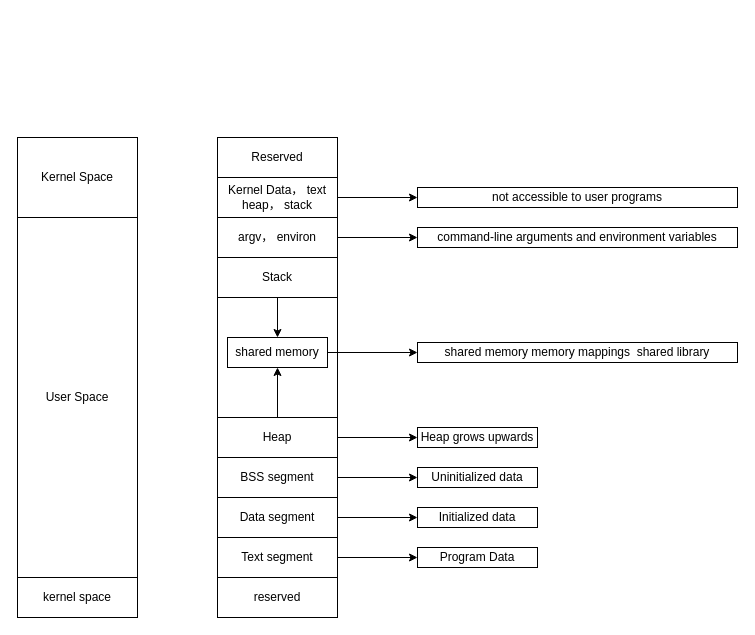
Earlier version of the draw.io diagram rust/mm-process.drawio (sivanbil/architecthure-diagram). Source tidied: cells renumbered, new cells numbered last; positions are measured from the earlier drawing's top-left corner, leaving out a move shared by most shapes. Both pictures are drawn from the tidied source at 100%, with x=0, y=0 at pixel (17, 137).
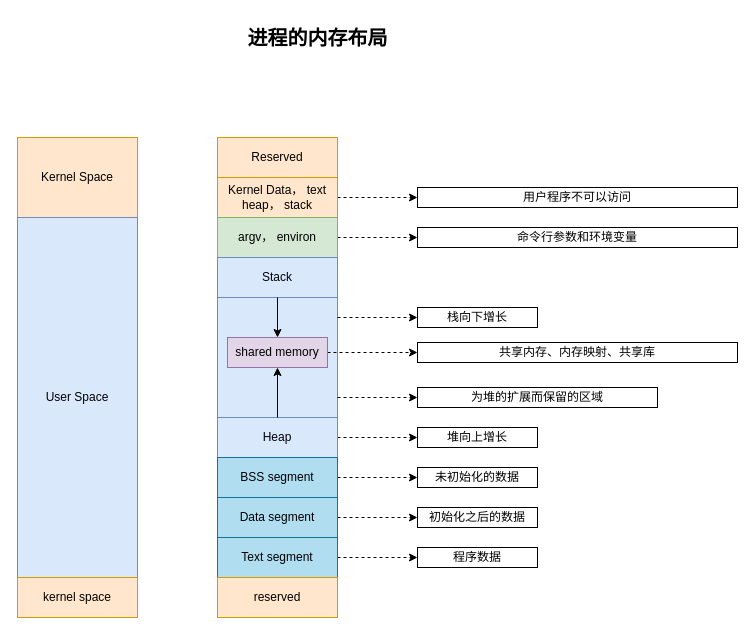
The same page after the edit.

Diff of the diagram source:
```diff
@@
-    <mxCell id="2" value="Kernel Space" style="rounded=0;whiteSpace=wrap;html=1;" parent="1" vertex="1">
+    <mxCell id="2" value="Kernel Space" style="rounded=0;whiteSpace=wrap;html=1;fillColor=#ffe6cc;strokeColor=#d79b00;" parent="1" vertex="1">
       <mxGeometry width="120" height="80" as="geometry" />
     </mxCell>
-    <mxCell id="3" value="User Space" style="rounded=0;whiteSpace=wrap;html=1;" parent="1" vertex="1">
+    <mxCell id="3" value="User Space" style="rounded=0;whiteSpace=wrap;html=1;fillColor=#dae8fc;strokeColor=#6c8ebf;" parent="1" vertex="1">
       <mxGeometry y="80" width="120" height="360" as="geometry" />
     </mxCell>
-    <mxCell id="4" value="kernel space" style="rounded=0;whiteSpace=wrap;html=1;" parent="1" vertex="1">
+    <mxCell id="4" value="kernel space" style="rounded=0;whiteSpace=wrap;html=1;fillColor=#ffe6cc;strokeColor=#d79b00;" parent="1" vertex="1">
       <mxGeometry y="440" width="120" height="40" as="geometry" />
     </mxCell>
-    <mxCell id="5" value="Reserved" style="rounded=0;whiteSpace=wrap;html=1;" parent="1" vertex="1">
+    <mxCell id="5" value="Reserved" style="rounded=0;whiteSpace=wrap;html=1;fillColor=#ffe6cc;strokeColor=#d79b00;" parent="1" vertex="1">
       <mxGeometry x="200" width="120" height="40" as="geometry" />
     </mxCell>
-    <mxCell id="6" style="edgeStyle=orthogonalEdgeStyle;rounded=0;jettySize=auto;html=1;exitX=1;exitY=0.5;exitDx=0;exitDy=0;entryX=0;entryY=0.5;entryDx=0;entryDy=0;" parent="1" edge="1" source="7" target="30">
+    <mxCell id="6" style="edgeStyle=orthogonalEdgeStyle;rounded=0;jettySize=auto;html=1;exitX=1;exitY=0.5;exitDx=0;exitDy=0;entryX=0;entryY=0.5;entryDx=0;entryDy=0;dashed=1;" parent="1" edge="1" source="7" target="30">
       <mxGeometry relative="1" as="geometry" />
     </mxCell>
-    <mxCell id="7" value="Kernel Data， text heap， stack" style="rounded=0;whiteSpace=wrap;html=1;" parent="1" vertex="1">
+    <mxCell id="7" value="Kernel Data， text heap， stack" style="rounded=0;whiteSpace=wrap;html=1;fillColor=#ffe6cc;strokeColor=#d79b00;" parent="1" vertex="1">
       <mxGeometry x="200" y="40" width="120" height="40" as="geometry" />
     </mxCell>
-    <mxCell id="8" style="edgeStyle=orthogonalEdgeStyle;rounded=0;jettySize=auto;html=1;exitX=1;exitY=0.5;exitDx=0;exitDy=0;entryX=0;entryY=0.5;entryDx=0;entryDy=0;" parent="1" edge="1" source="9" target="31">
+    <mxCell id="8" style="edgeStyle=orthogonalEdgeStyle;rounded=0;jettySize=auto;html=1;exitX=1;exitY=0.5;exitDx=0;exitDy=0;entryX=0;entryY=0.5;entryDx=0;entryDy=0;dashed=1;" parent="1" edge="1" source="9" target="31">
       <mxGeometry relative="1" as="geometry" />
     </mxCell>
-    <mxCell id="9" value="argv， environ" style="rounded=0;whiteSpace=wrap;html=1;" parent="1" vertex="1">
+    <mxCell id="9" value="argv， environ" style="rounded=0;whiteSpace=wrap;html=1;fillColor=#d5e8d4;strokeColor=#82b366;" parent="1" vertex="1">
       <mxGeometry x="200" y="80" width="120" height="40" as="geometry" />
     </mxCell>
-    <mxCell id="10" value="Stack" style="rounded=0;whiteSpace=wrap;html=1;" parent="1" vertex="1">
+    <mxCell id="10" value="Stack" style="rounded=0;whiteSpace=wrap;html=1;fillColor=#dae8fc;strokeColor=#6c8ebf;" parent="1" vertex="1">
       <mxGeometry x="200" y="120" width="120" height="40" as="geometry" />
     </mxCell>
-    <mxCell id="11" style="rounded=0;whiteSpace=wrap;html=1;" parent="1" vertex="1">
+    <mxCell id="11" style="rounded=0;whiteSpace=wrap;html=1;fillColor=#dae8fc;strokeColor=#6c8ebf;" parent="1" vertex="1">
       <mxGeometry x="200" y="160" width="120" height="120" as="geometry" />
     </mxCell>
-    <mxCell id="12" style="edgeStyle=orthogonalEdgeStyle;rounded=0;jettySize=auto;html=1;exitX=1;exitY=0.5;exitDx=0;exitDy=0;entryX=0;entryY=0.5;entryDx=0;entryDy=0;" parent="1" edge="1" source="13" target="29">
+    <mxCell id="12" style="edgeStyle=orthogonalEdgeStyle;rounded=0;jettySize=auto;html=1;exitX=1;exitY=0.5;exitDx=0;exitDy=0;entryX=0;entryY=0.5;entryDx=0;entryDy=0;dashed=1;" parent="1" edge="1" source="13" target="29">
       <mxGeometry relative="1" as="geometry" />
     </mxCell>
-    <mxCell id="13" value="shared memory" style="rounded=0;whiteSpace=wrap;html=1;" parent="1" vertex="1">
+    <mxCell id="13" value="shared memory" style="rounded=0;whiteSpace=wrap;html=1;fillColor=#e1d5e7;strokeColor=#9673a6;" parent="1" vertex="1">
       <mxGeometry x="210" y="200" width="100" height="30" as="geometry" />
     </mxCell>
-    <mxCell id="14" style="edgeStyle=orthogonalEdgeStyle;rounded=0;jettySize=auto;html=1;exitX=1;exitY=0.5;exitDx=0;exitDy=0;entryX=0;entryY=0.5;entryDx=0;entryDy=0;" parent="1" edge="1" source="15" target="26">
+    <mxCell id="14" style="edgeStyle=orthogonalEdgeStyle;rounded=0;jettySize=auto;html=1;exitX=1;exitY=0.5;exitDx=0;exitDy=0;entryX=0;entryY=0.5;entryDx=0;entryDy=0;dashed=1;" parent="1" edge="1" source="15" target="26">
       <mxGeometry relative="1" as="geometry" />
     </mxCell>
-    <mxCell id="15" value="Heap" style="rounded=0;whiteSpace=wrap;html=1;" parent="1" vertex="1">
+    <mxCell id="15" value="Heap" style="rounded=0;whiteSpace=wrap;html=1;fillColor=#dae8fc;strokeColor=#6c8ebf;" parent="1" vertex="1">
       <mxGeometry x="200" y="280" width="120" height="40" as="geometry" />
     </mxCell>
-    <mxCell id="16" style="edgeStyle=orthogonalEdgeStyle;rounded=0;jettySize=auto;html=1;exitX=1;exitY=0.5;exitDx=0;exitDy=0;" parent="1" edge="1" source="17" target="25">
+    <mxCell id="16" style="edgeStyle=orthogonalEdgeStyle;rounded=0;jettySize=auto;html=1;exitX=1;exitY=0.5;exitDx=0;exitDy=0;dashed=1;" parent="1" edge="1" source="17" target="25">
       <mxGeometry relative="1" as="geometry" />
     </mxCell>
-    <mxCell id="17" value="BSS segment" style="rounded=0;whiteSpace=wrap;html=1;" parent="1" vertex="1">
+    <mxCell id="17" value="BSS segment" style="rounded=0;whiteSpace=wrap;html=1;fillColor=#b1ddf0;strokeColor=#10739e;" parent="1" vertex="1">
       <mxGeometry x="200" y="320" width="120" height="40" as="geometry" />
     </mxCell>
-    <mxCell id="18" style="edgeStyle=orthogonalEdgeStyle;rounded=0;jettySize=auto;html=1;entryX=0;entryY=0.5;entryDx=0;entryDy=0;" parent="1" edge="1" source="19" target="24">
+    <mxCell id="18" style="edgeStyle=orthogonalEdgeStyle;rounded=0;jettySize=auto;html=1;entryX=0;entryY=0.5;entryDx=0;entryDy=0;dashed=1;" parent="1" edge="1" source="19" target="24">
       <mxGeometry relative="1" as="geometry" />
     </mxCell>
-    <mxCell id="19" value="Data segment" style="rounded=0;whiteSpace=wrap;html=1;" parent="1" vertex="1">
+    <mxCell id="19" value="Data segment" style="rounded=0;whiteSpace=wrap;html=1;fillColor=#b1ddf0;strokeColor=#10739e;" parent="1" vertex="1">
       <mxGeometry x="200" y="360" width="120" height="40" as="geometry" />
     </mxCell>
-    <mxCell id="20" style="edgeStyle=orthogonalEdgeStyle;rounded=0;jettySize=auto;html=1;" parent="1" edge="1" source="21" target="23">
+    <mxCell id="20" style="edgeStyle=orthogonalEdgeStyle;rounded=0;jettySize=auto;html=1;dashed=1;" parent="1" edge="1" source="21" target="23">
       <mxGeometry relative="1" as="geometry" />
     </mxCell>
-    <mxCell id="21" value="Text segment" style="rounded=0;whiteSpace=wrap;html=1;" parent="1" vertex="1">
+    <mxCell id="21" value="Text segment" style="rounded=0;whiteSpace=wrap;html=1;fillColor=#b1ddf0;strokeColor=#10739e;" parent="1" vertex="1">
       <mxGeometry x="200" y="400" width="120" height="40" as="geometry" />
     </mxCell>
-    <mxCell id="22" value="reserved" style="rounded=0;whiteSpace=wrap;html=1;" parent="1" vertex="1">
+    <mxCell id="22" value="reserved" style="rounded=0;whiteSpace=wrap;html=1;fillColor=#ffe6cc;strokeColor=#d79b00;" parent="1" vertex="1">
       <mxGeometry x="200" y="440" width="120" height="40" as="geometry" />
     </mxCell>
-    <mxCell id="23" value="Program Data" style="rounded=0;whiteSpace=wrap;html=1;" parent="1" vertex="1">
+    <mxCell id="23" value="程序数据" style="rounded=0;whiteSpace=wrap;html=1;" parent="1" vertex="1">
       <mxGeometry x="400" y="410" width="120" height="20" as="geometry" />
     </mxCell>
-    <mxCell id="24" value="Initialized data" style="rounded=0;whiteSpace=wrap;html=1;" parent="1" vertex="1">
+    <mxCell id="24" value="初始化之后的数据" style="rounded=0;whiteSpace=wrap;html=1;" parent="1" vertex="1">
       <mxGeometry x="400" y="370" width="120" height="20" as="geometry" />
     </mxCell>
-    <mxCell id="25" value="Uninitialized data" style="rounded=0;whiteSpace=wrap;html=1;" parent="1" vertex="1">
+    <mxCell id="25" value="未初始化的数据" style="rounded=0;whiteSpace=wrap;html=1;" parent="1" vertex="1">
       <mxGeometry x="400" y="330" width="120" height="20" as="geometry" />
     </mxCell>
-    <mxCell id="26" value="Heap grows upwards" style="rounded=0;whiteSpace=wrap;html=1;" parent="1" vertex="1">
+    <mxCell id="26" value="堆向上增长" style="rounded=0;whiteSpace=wrap;html=1;" parent="1" vertex="1">
       <mxGeometry x="400" y="290" width="120" height="20" as="geometry" />
     </mxCell>
@@
-    <mxCell id="29" value="shared memory memory mappings&amp;nbsp; shared library" style="rounded=0;whiteSpace=wrap;html=1;" parent="1" vertex="1">
+    <mxCell id="29" value="共享内存、内存映射、共享库" style="rounded=0;whiteSpace=wrap;html=1;" parent="1" vertex="1">
       <mxGeometry x="400" y="205" width="320" height="20" as="geometry" />
     </mxCell>
-    <mxCell id="30" value="not accessible to user programs" style="rounded=0;whiteSpace=wrap;html=1;" parent="1" vertex="1">
+    <mxCell id="30" value="用户程序不可以访问" style="rounded=0;whiteSpace=wrap;html=1;" parent="1" vertex="1">
       <mxGeometry x="400" y="50" width="320" height="20" as="geometry" />
     </mxCell>
-    <mxCell id="31" value="command-line arguments and environment variables" style="rounded=0;whiteSpace=wrap;html=1;" parent="1" vertex="1">
+    <mxCell id="31" value="命令行参数和环境变量" style="rounded=0;whiteSpace=wrap;html=1;" parent="1" vertex="1">
       <mxGeometry x="400" y="90" width="320" height="20" as="geometry" />
     </mxCell>
+    <mxCell id="32" value="栈向下增长" style="rounded=0;whiteSpace=wrap;html=1;" parent="1" vertex="1">
+      <mxGeometry x="400" y="170" width="120" height="20" as="geometry" />
+    </mxCell>
+    <mxCell id="33" style="endArrow=classic;html=1;rounded=0;entryX=0;entryY=0.5;entryDx=0;entryDy=0;dashed=1;" parent="1" edge="1" target="32">
+      <mxGeometry relative="1" as="geometry">
+        <mxPoint x="320" y="180" as="sourcePoint" />
+      </mxGeometry>
+    </mxCell>
+    <mxCell id="34" value="为堆的扩展而保留的区域" style="rounded=0;whiteSpace=wrap;html=1;" parent="1" vertex="1">
+      <mxGeometry x="400" y="250" width="240" height="20" as="geometry" />
+    </mxCell>
+    <mxCell id="35" style="endArrow=classic;html=1;rounded=0;entryX=0;entryY=0.5;entryDx=0;entryDy=0;dashed=1;" parent="1" edge="1" target="34">
+      <mxGeometry relative="1" as="geometry">
+        <mxPoint x="320" y="260" as="sourcePoint" />
+      </mxGeometry>
+    </mxCell>
+    <mxCell id="36" value="进程的内存布局" style="text;html=1;align=center;verticalAlign=middle;strokeColor=none;fillColor=none;fontSize=20;fontStyle=1;" parent="1" vertex="1">
+      <mxGeometry x="220" y="-120" width="160" height="40" as="geometry" />
+    </mxCell>
```
